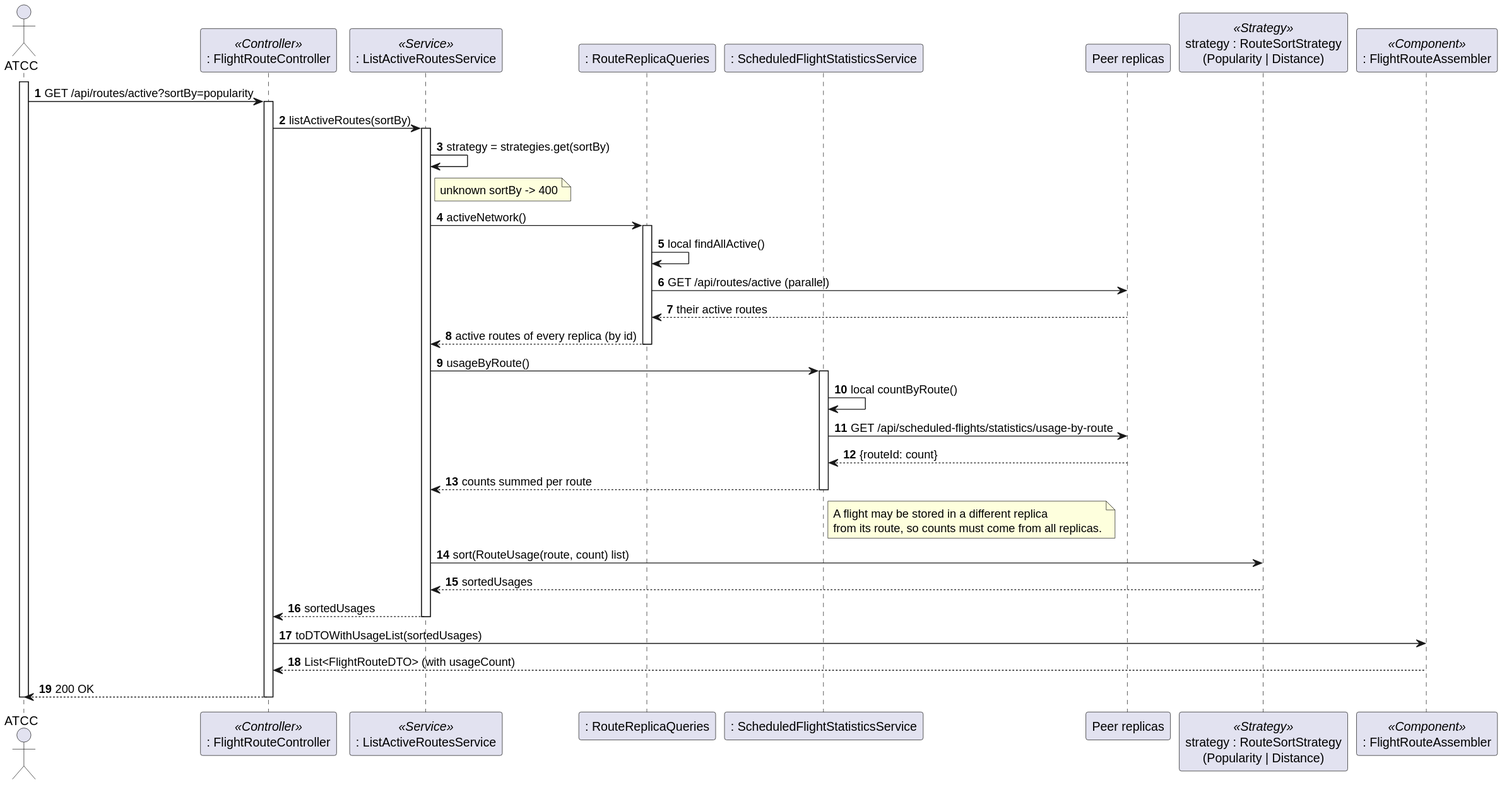
This is docs/5-scenarios/flightroutes/svg/FlightRoutes-SD-ListActiveRoutes.svg from caetanotiago/Project_SIDIS, a PlantUML export, as it was before one commit. The source it was exported from:
```plantuml
@startuml
autonumber
actor "ATCC" as ATCC

participant ": FlightRouteController" as Ctrl <<Controller>>
participant ": ListActiveRoutesService" as Service <<Service>>
participant ": RouteReplicaQueries" as Routes
participant ": ScheduledFlightStatisticsService" as Stats
participant "Peer replicas" as Peers
participant "strategy : RouteSortStrategy\n(Popularity | Distance)" as Strategy <<Strategy>>
participant ": FlightRouteAssembler" as Assembler <<Component>>

activate ATCC
ATCC -> Ctrl : GET /api/routes/active?sortBy=popularity
activate Ctrl
Ctrl -> Service : listActiveRoutes(sortBy)
activate Service
Service -> Service : strategy = strategies.get(sortBy)
note right of Service : unknown sortBy -> 400

Service -> Routes : activeNetwork()
activate Routes
Routes -> Routes : local findAllActive()
Routes -> Peers : GET /api/routes/active (parallel)
Peers --> Routes : their active routes
Routes --> Service : active routes of every replica (by id)
deactivate Routes

Service -> Stats : usageByRoute()
activate Stats
Stats -> Stats : local countByRoute()
Stats -> Peers : GET /api/scheduled-flights/statistics/usage-by-route
Peers --> Stats : {routeId: count}
Stats --> Service : counts summed per route
deactivate Stats
note right of Stats
  A flight may be stored in a different replica
  from its route, so counts must come from all replicas.
end note

Service -> Strategy : sort(RouteUsage(route, count) list)
Strategy --> Service : sortedUsages
Service --> Ctrl : sortedUsages
deactivate Service
Ctrl -> Assembler : toDTOWithUsageList(sortedUsages)
Assembler --> Ctrl : List<FlightRouteDTO> (with usageCount)
Ctrl --> ATCC : 200 OK
deactivate Ctrl
deactivate ATCC
@enduml
```
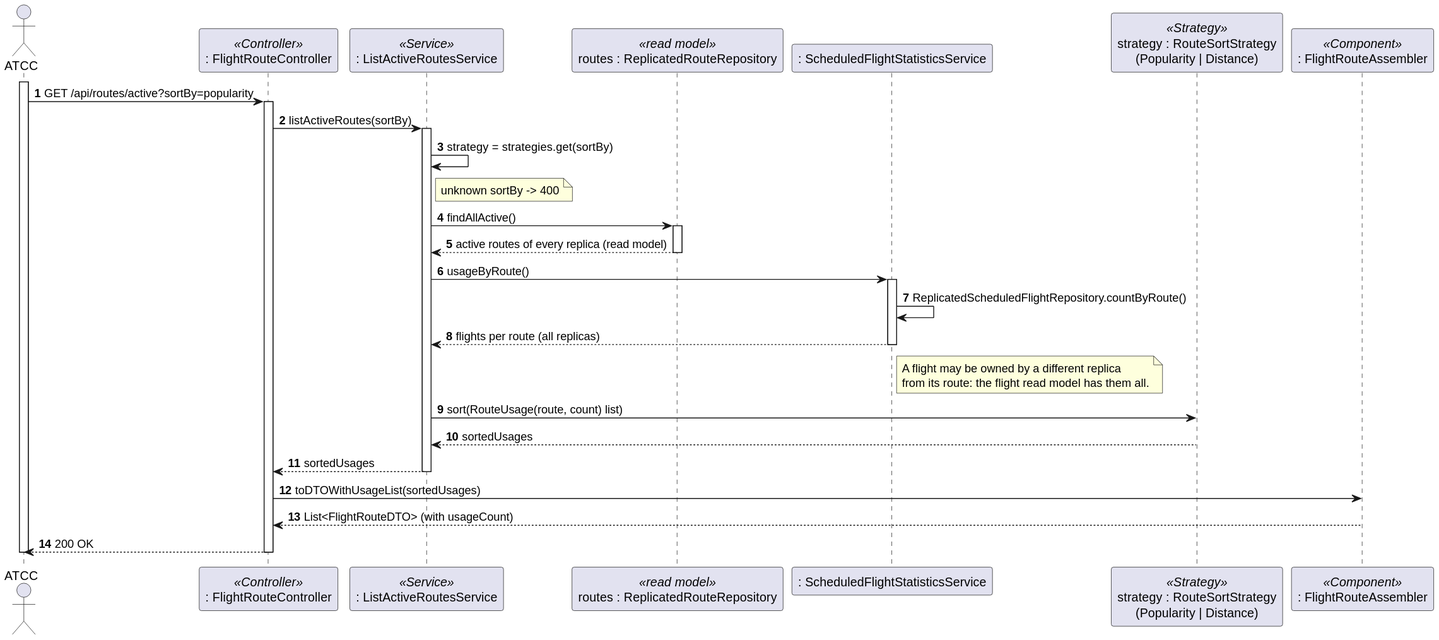
Later version of the same file.

Change to the diagram source:
```diff
@@ -4,9 +4,9 @@
 
 participant ": FlightRouteController" as Ctrl <<Controller>>
 participant ": ListActiveRoutesService" as Service <<Service>>
-participant ": RouteReplicaQueries" as Routes
+participant "routes : ReplicatedRouteRepository" as Routes <<read model>>
 participant ": ScheduledFlightStatisticsService" as Stats
-participant "Peer replicas" as Peers
+
 participant "strategy : RouteSortStrategy\n(Popularity | Distance)" as Strategy <<Strategy>>
 participant ": FlightRouteAssembler" as Assembler <<Component>>
 
@@ -18,24 +18,19 @@
 Service -> Service : strategy = strategies.get(sortBy)
 note right of Service : unknown sortBy -> 400
 
-Service -> Routes : activeNetwork()
+Service -> Routes : findAllActive()
 activate Routes
-Routes -> Routes : local findAllActive()
-Routes -> Peers : GET /api/routes/active (parallel)
-Peers --> Routes : their active routes
-Routes --> Service : active routes of every replica (by id)
+Routes --> Service : active routes of every replica (read model)
 deactivate Routes
 
 Service -> Stats : usageByRoute()
 activate Stats
-Stats -> Stats : local countByRoute()
-Stats -> Peers : GET /api/scheduled-flights/statistics/usage-by-route
-Peers --> Stats : {routeId: count}
-Stats --> Service : counts summed per route
+Stats -> Stats : ReplicatedScheduledFlightRepository.countByRoute()
+Stats --> Service : flights per route (all replicas)
 deactivate Stats
 note right of Stats
-  A flight may be stored in a different replica
-  from its route, so counts must come from all replicas.
+  A flight may be owned by a different replica
+  from its route: the flight read model has them all.
 end note
 
 Service -> Strategy : sort(RouteUsage(route, count) list)
```
